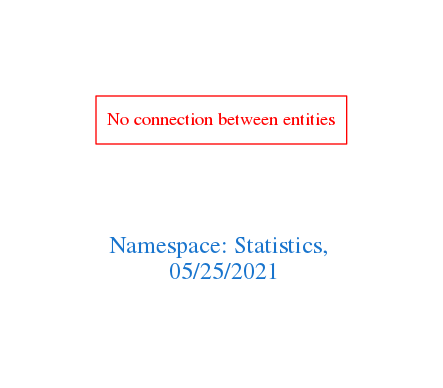
Earlier version of the Graphviz export downloads/Statistics.png (arago/OGIT). Its source is kept beside it as downloads/Statistics.dot.
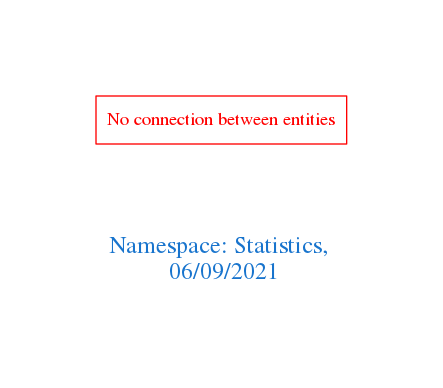
After the change.

Diff of the diagram source:
```diff
@@ -1,7 +1,7 @@
 digraph OGIT_ontology {
  graph [ rankdir= LR,pad=1
 fontsize = 18,
-fontcolor= dodgerblue3,label = "\n\n\nNamespace: Statistics, \n 05/25/2021"];
+fontcolor= dodgerblue3,label = "\n\n\nNamespace: Statistics, \n 06/09/2021"];
 node[shape=polygon];
 edge [  color="gray81"];
 
```
